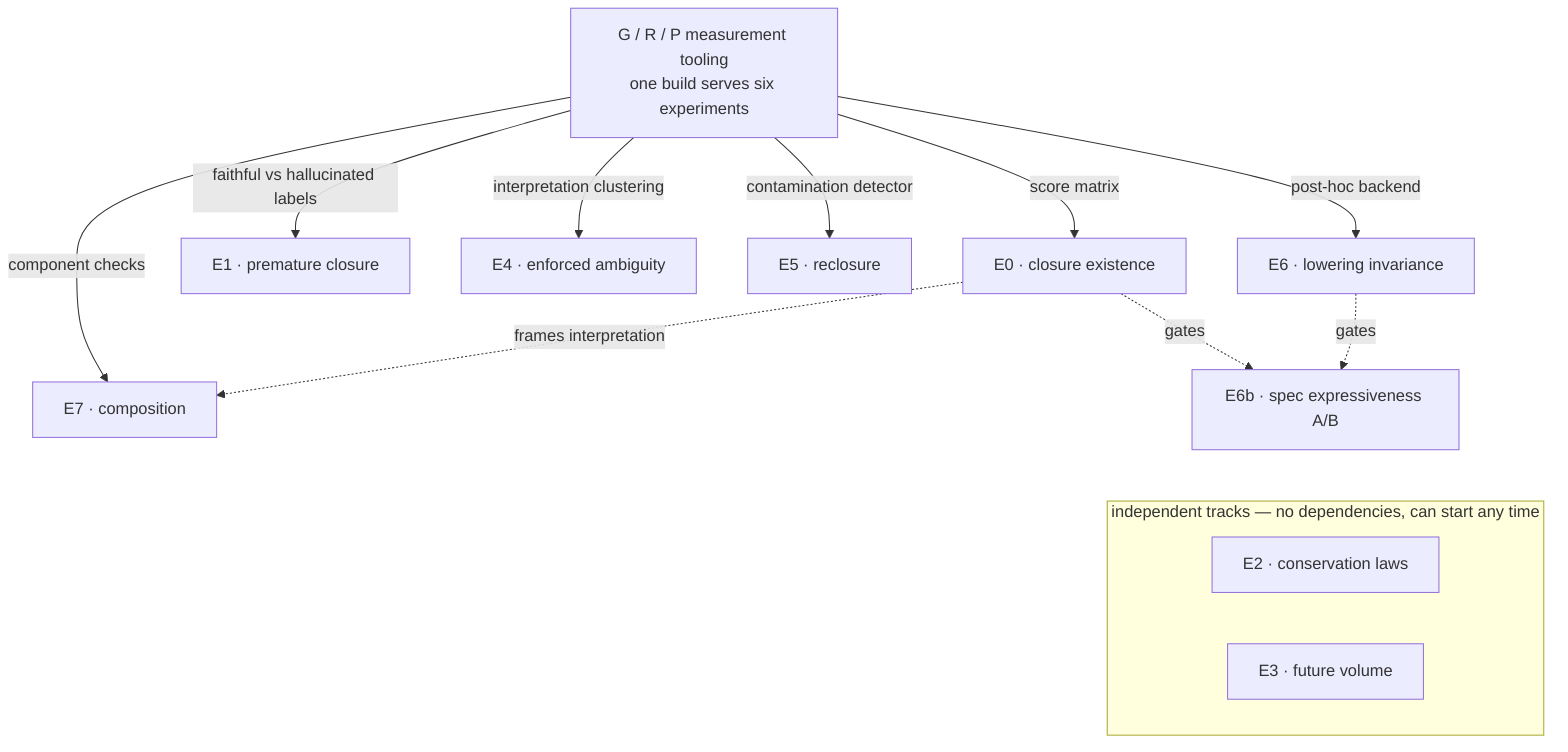
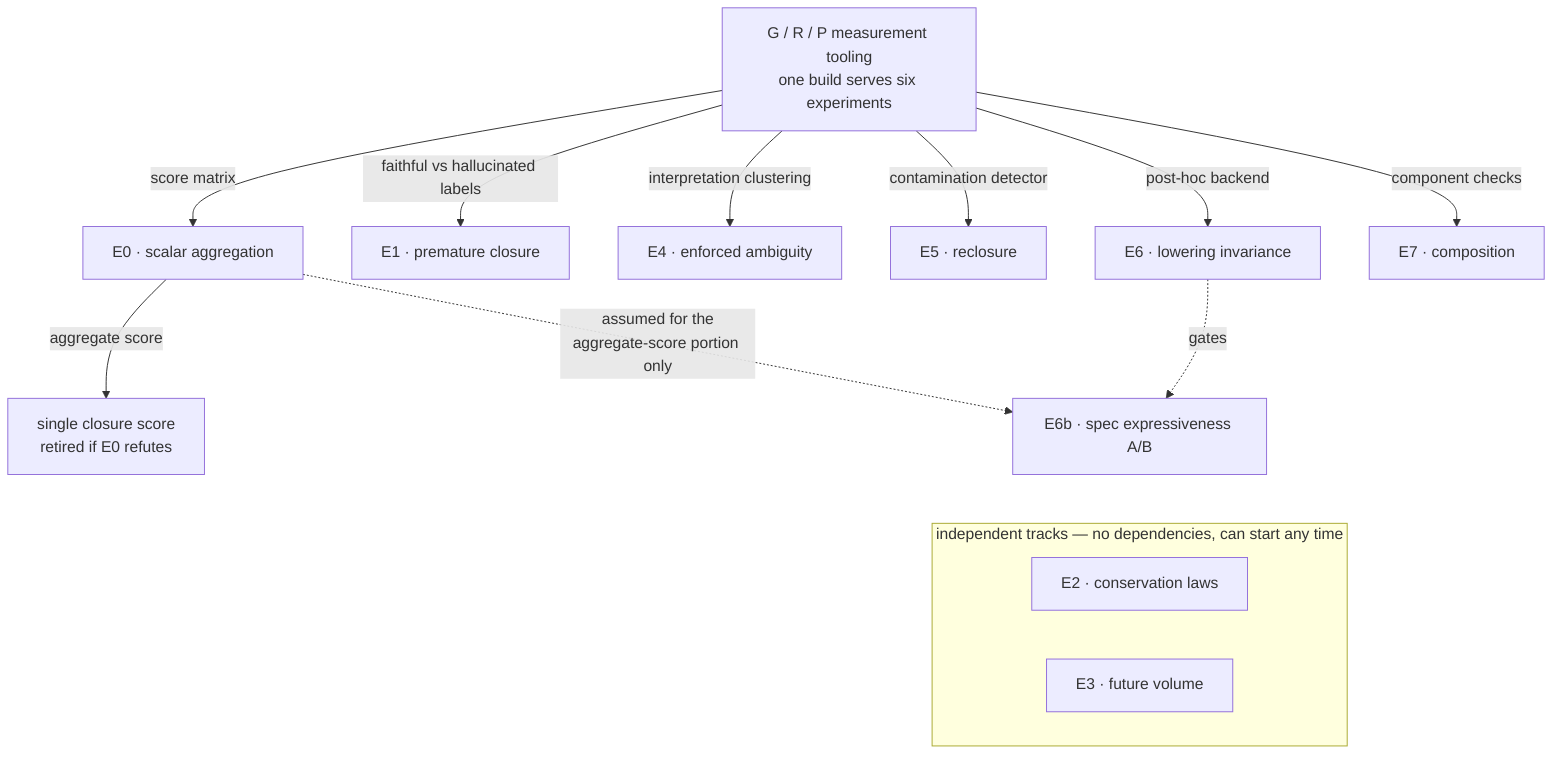
flowchart TB
    T["G / R / P measurement tooling<br>one build serves six experiments"]
-     T -->|score matrix| E0["E0 · closure existence"]
+     T -->|score matrix| E0["E0 · scalar aggregation"]
    T -->|faithful vs hallucinated labels| E1["E1 · premature closure"]
    T -->|interpretation clustering| E4["E4 · enforced ambiguity"]
    T -->|contamination detector| E5["E5 · reclosure"]
    T -->|post-hoc backend| E6["E6 · lowering invariance"]
    T -->|component checks| E7["E7 · composition"]
-     E0 -.->|gates| E6b["E6b · spec expressiveness A/B"]
-     E6 -.->|gates| E6b
-     E0 -.->|frames interpretation| E7
+     E0 -->|aggregate score| SC["single closure score<br>retired if E0 refutes"]
+     E6 -.->|gates| E6b["E6b · spec expressiveness A/B"]
+     E0 -.->|assumed for the<br>aggregate-score portion only| E6b
    subgraph S["independent tracks — no dependencies, can start any time"]
        direction LR
        E2["E2 · conservation laws"]
        E3["E3 · future volume"]
    end
    E6b ~~~ S
+     %% Governing rule: each experiment directly retires only the claim it measures.
+     %% E0 decides scalar aggregation only and does NOT gate E4-E7; the structural
+     %% experiments stand or fall on their own verdicts.
